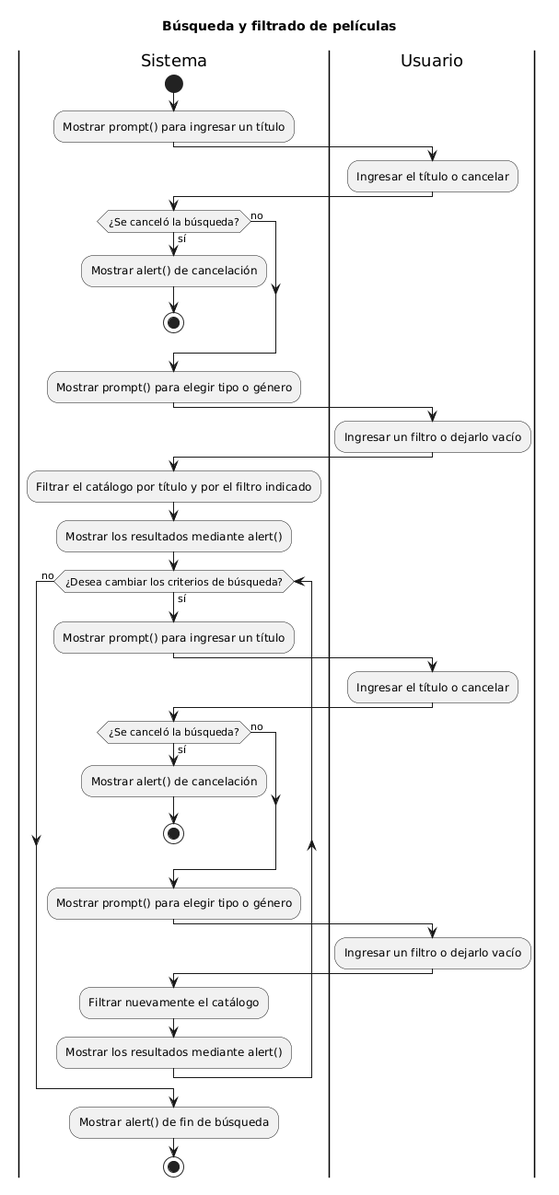
Earlier version of the PlantUML export docs/05-diagramas/01-diagrama-de-actividades/actividad-flujo-1-busqueda.png (keviineze/proyecto-web-peliculas).
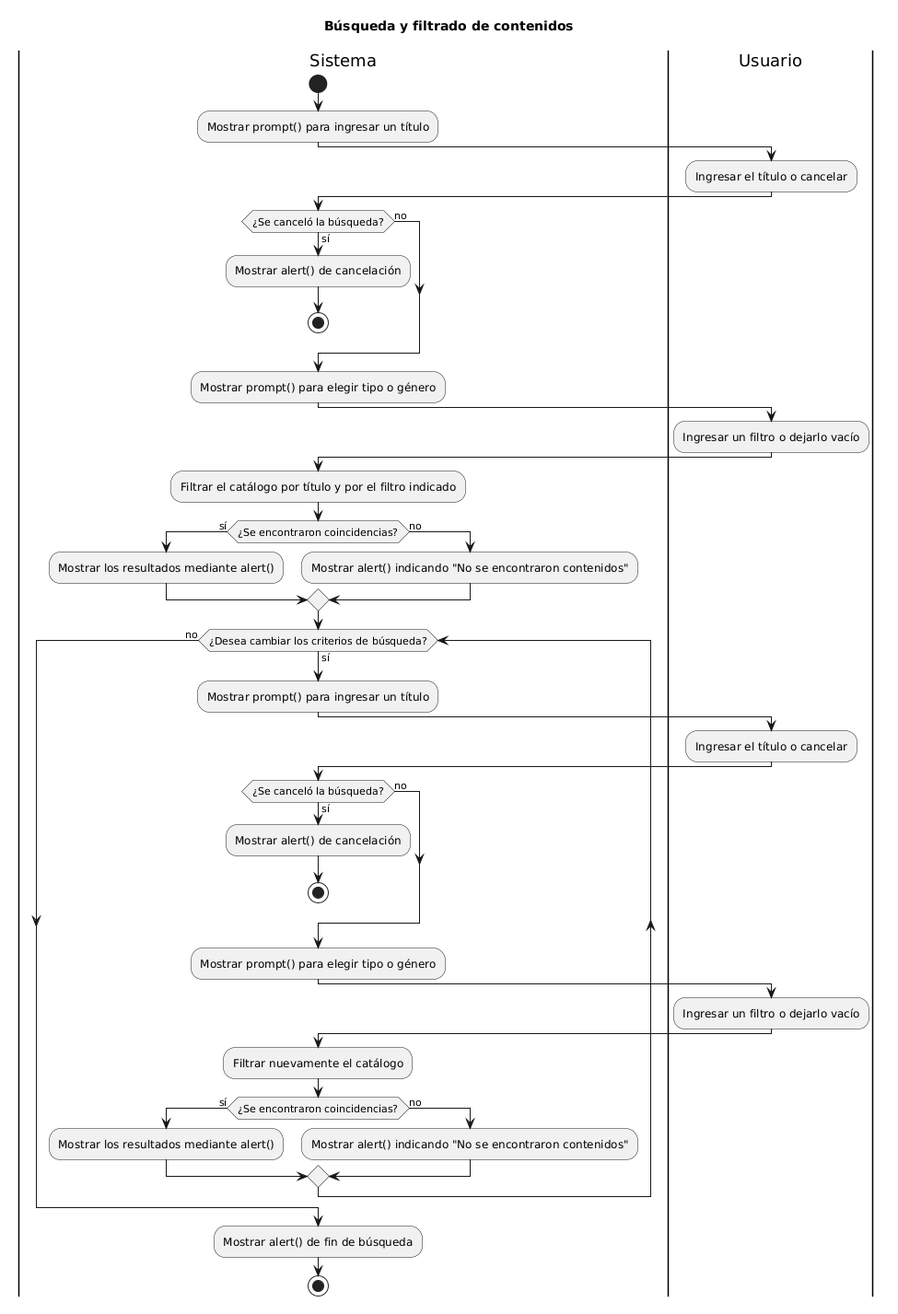
The same diagram one commit later.

The edit, as a diff of the source:
```diff
@@ -1,5 +1,5 @@
 @startuml
-title Búsqueda y filtrado de películas
+title Búsqueda y filtrado de contenidos
 
 |Sistema|
 start
@@ -18,7 +18,12 @@
 :Ingresar un filtro o dejarlo vacío;
 |Sistema|
 :Filtrar el catálogo por título y por el filtro indicado;
-:Mostrar los resultados mediante alert();
+
+if (¿Se encontraron coincidencias?) then (sí)
+  :Mostrar los resultados mediante alert();
+else (no)
+  :Mostrar alert() indicando "No se encontraron contenidos";
+endif
 
 while (¿Desea cambiar los criterios de búsqueda?) is (sí)
   :Mostrar prompt() para ingresar un título;
@@ -35,7 +40,12 @@
   :Ingresar un filtro o dejarlo vacío;
   |Sistema|
   :Filtrar nuevamente el catálogo;
-  :Mostrar los resultados mediante alert();
+
+  if (¿Se encontraron coincidencias?) then (sí)
+    :Mostrar los resultados mediante alert();
+  else (no)
+    :Mostrar alert() indicando "No se encontraron contenidos";
+  endif
 endwhile (no)
 
 :Mostrar alert() de fin de búsqueda;
```
